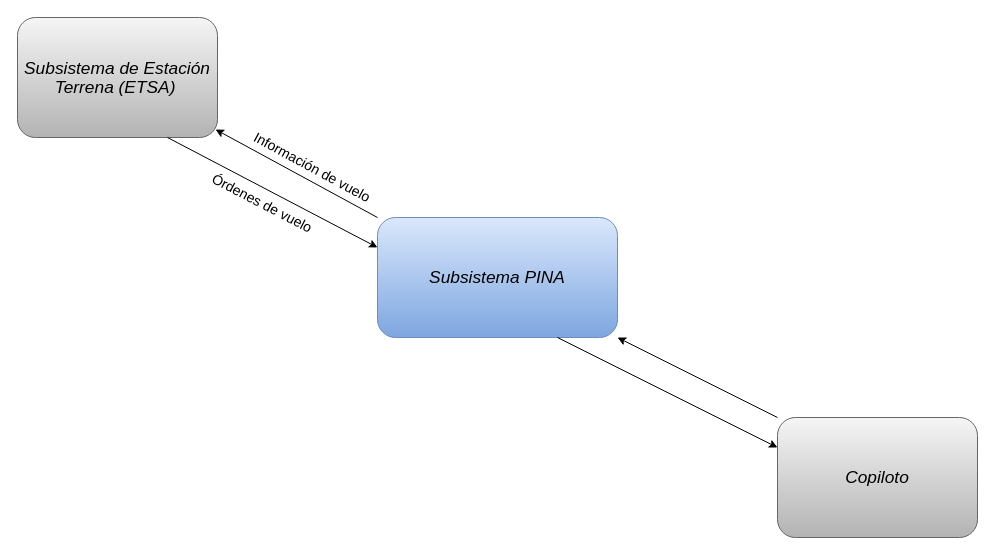
The draw.io diagram UML/ContextD.drawio in Archundia-Cortez-Brandon-Said/contextUML, before the edit. Source tidied: cells renumbered, new cells numbered last; positions are measured from the earlier drawing's top-left corner, leaving out a move shared by most shapes. Both pictures are drawn from the tidied source at 100%, with x=0, y=0 at pixel (17, 17).
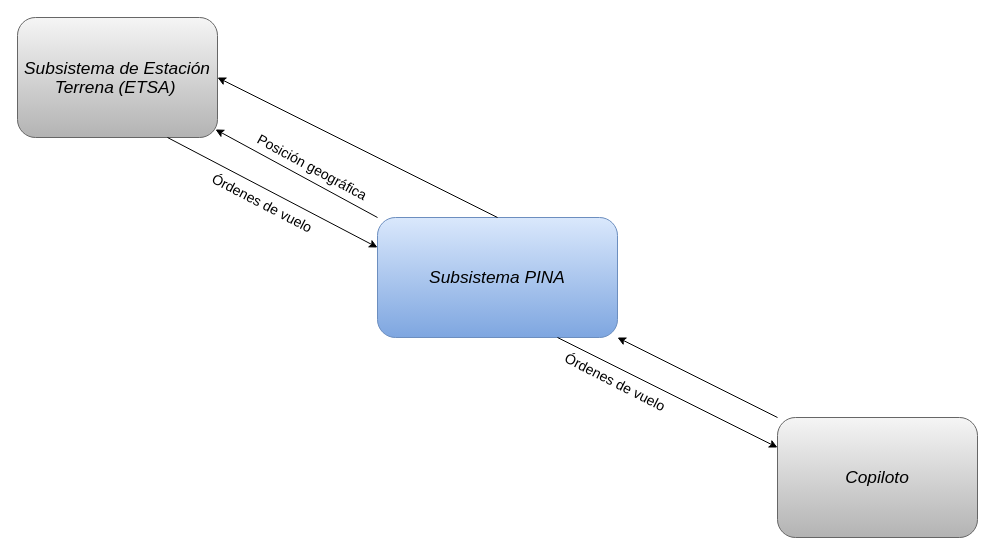
Above is the later version.

The edit, as a diff of the source:
```diff
@@
 <mxGraphModel>
   <root>
     <mxCell id="0" />
     <mxCell id="1" parent="0" />
     <mxCell id="2" value="&lt;i&gt;&lt;span style=&quot;font-size: 13.0pt ; line-height: 107% ; font-family: &amp;#34;arial nova&amp;#34; , sans-serif&quot;&gt;Subsistema PINA&lt;/span&gt;&lt;/i&gt;" style="rounded=1;whiteSpace=wrap;html=1;fillColor=#dae8fc;strokeColor=#6c8ebf;gradientColor=#7ea6e0;fontStyle=0;" parent="1" vertex="1">
       <mxGeometry x="360" y="200" width="240" height="120" as="geometry" />
     </mxCell>
     <mxCell id="3" value="&lt;i&gt;&lt;span style=&quot;font-size: 13.0pt ; line-height: 107% ; font-family: &amp;#34;arial nova&amp;#34; , sans-serif&quot;&gt;Subsistema de Estación&lt;br&gt;Terrena (ETSA)&lt;/span&gt;&amp;nbsp;&lt;/i&gt;" style="rounded=1;whiteSpace=wrap;html=1;fontSize=14;gradientColor=#b3b3b3;fillColor=#f5f5f5;strokeColor=#666666;" parent="1" vertex="1">
       <mxGeometry width="200" height="120" as="geometry" />
     </mxCell>
     <mxCell id="4" style="endArrow=classic;html=1;fontSize=14;entryX=0.99;entryY=0.933;entryDx=0;entryDy=0;entryPerimeter=0;exitX=0;exitY=0;exitDx=0;exitDy=0;" parent="1" edge="1" source="2" target="3">
       <mxGeometry x="347" y="325" as="geometry" />
     </mxCell>
-    <mxCell id="5" value="Información de vuelo" style="text;html=1;strokeColor=none;fillColor=none;align=center;verticalAlign=middle;whiteSpace=wrap;rounded=0;fontSize=14;rotation=28.5;" parent="1" vertex="1">
+    <mxCell id="5" value="Posición geográfica" style="text;html=1;strokeColor=none;fillColor=none;align=center;verticalAlign=middle;whiteSpace=wrap;rounded=0;fontSize=14;rotation=28.5;" parent="1" vertex="1">
       <mxGeometry x="220" y="140" width="150" height="20" as="geometry" />
     </mxCell>
     <mxCell id="6" style="endArrow=classic;html=1;fontSize=14;exitX=0.75;exitY=1;exitDx=0;exitDy=0;entryX=0;entryY=0.25;entryDx=0;entryDy=0;" parent="1" edge="1" source="3" target="2">
       <mxGeometry x="347" y="325" as="geometry" />
     </mxCell>
     <mxCell id="7" value="Órdenes&amp;nbsp;de vuelo" style="text;html=1;strokeColor=none;fillColor=none;align=center;verticalAlign=middle;whiteSpace=wrap;rounded=0;fontSize=14;rotation=27.5;" parent="1" vertex="1">
       <mxGeometry x="170" y="176" width="150" height="20" as="geometry" />
     </mxCell>
     <mxCell id="8" style="endArrow=classic;html=1;fontSize=14;entryX=1;entryY=1;entryDx=0;entryDy=0;exitX=0;exitY=0;exitDx=0;exitDy=0;" parent="1" edge="1" source="10" target="2">
       <mxGeometry x="347" y="325" as="geometry" />
     </mxCell>
     <mxCell id="9" style="endArrow=classic;html=1;fontSize=14;exitX=0.75;exitY=1;exitDx=0;exitDy=0;entryX=0;entryY=0.25;entryDx=0;entryDy=0;" parent="1" edge="1" source="2" target="10">
       <mxGeometry x="347" y="325" as="geometry" />
     </mxCell>
     <mxCell id="10" value="&lt;i style=&quot;font-size: 12px&quot;&gt;&lt;span style=&quot;font-size: 13pt ; line-height: 18.5467px ; font-family: &amp;#34;arial nova&amp;#34; , sans-serif&quot;&gt;Copiloto&lt;/span&gt;&lt;/i&gt;" style="rounded=1;whiteSpace=wrap;html=1;fontSize=14;gradientColor=#b3b3b3;fillColor=#f5f5f5;strokeColor=#666666;" parent="1" vertex="1">
       <mxGeometry x="760" y="400" width="200" height="120" as="geometry" />
     </mxCell>
+    <mxCell id="11" value="Órdenes&amp;nbsp;de vuelo" style="text;html=1;strokeColor=none;fillColor=none;align=center;verticalAlign=middle;whiteSpace=wrap;rounded=0;fontSize=14;rotation=27;" parent="1" vertex="1">
+      <mxGeometry x="523" y="355" width="150" height="20" as="geometry" />
+    </mxCell>
+    <mxCell id="12" style="endArrow=classic;html=1;fontSize=14;entryX=1;entryY=0.5;entryDx=0;entryDy=0;exitX=0.5;exitY=0;exitDx=0;exitDy=0;" parent="1" edge="1" source="2" target="3">
+      <mxGeometry relative="1" as="geometry" />
+    </mxCell>
   </root>
 </mxGraphModel>
```
